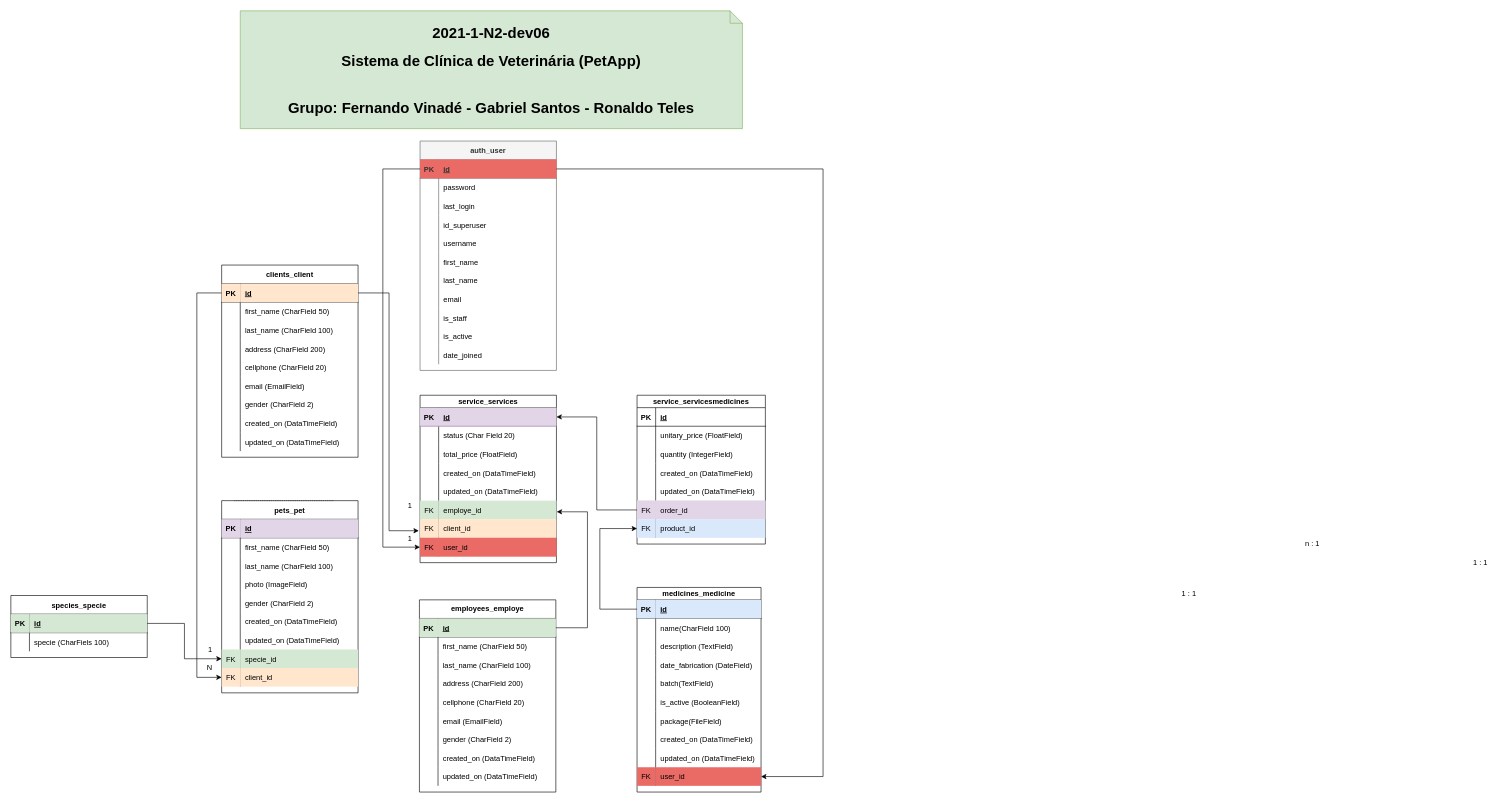
chanbito/2021-1-N2-dev06 keeps this draw.io diagram as GRUPO 06 - Sistema de Clínica de Veterinária (PetApp).drawio. Above is the earlier version. Source tidied: cells renumbered, new cells numbered last; positions are measured from the earlier drawing's top-left corner, leaving out a move shared by most shapes. Both pictures are drawn from the tidied source at 62%, with x=0, y=0 at pixel (11, 11).
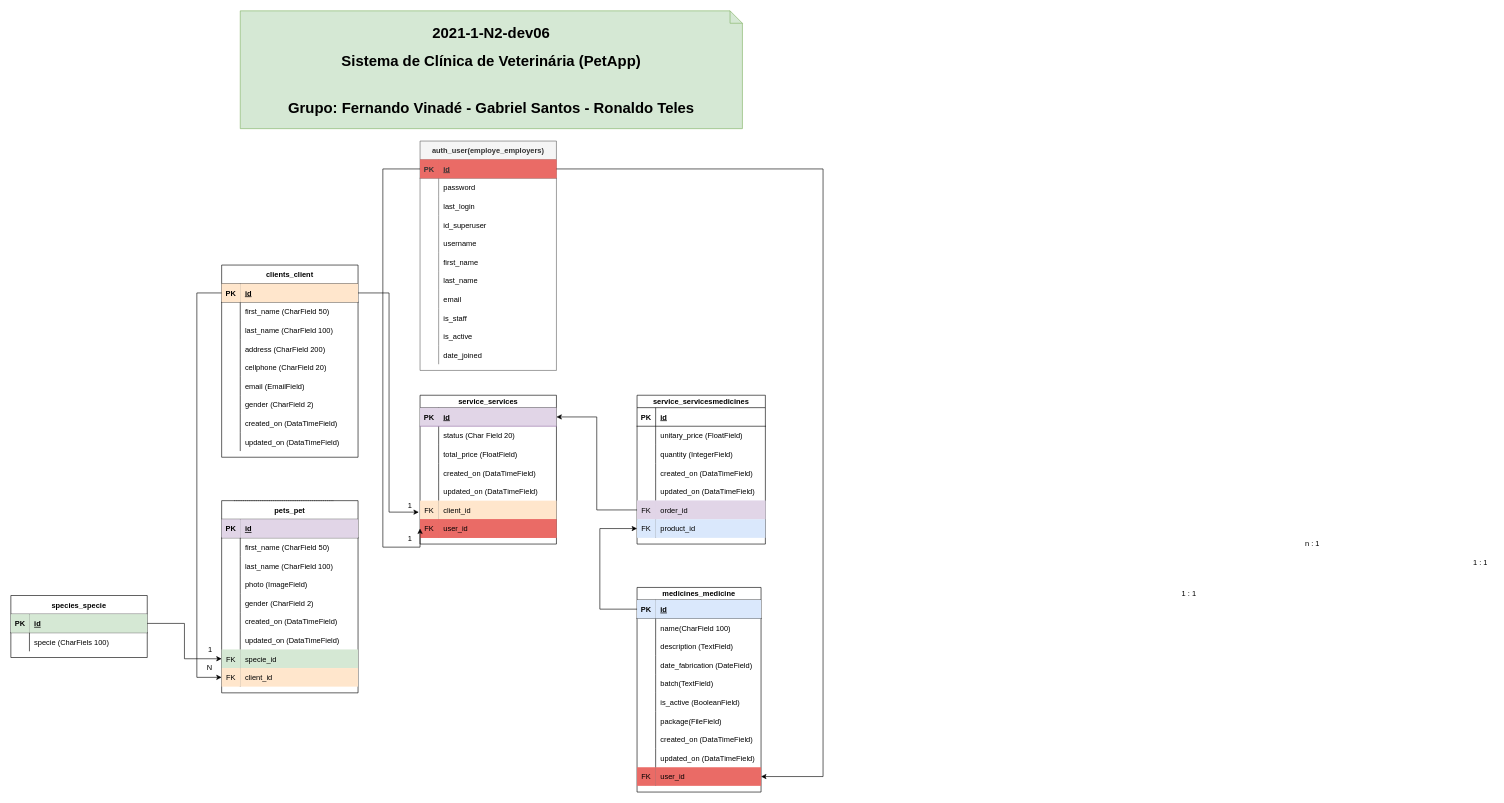
The same diagram, later.

Change to the diagram source:
```diff
@@
     <mxCell id="33" value="service_services" style="shape=table;startSize=20;childLayout=tableLayout;rowLines=0;fontStyle=1;align=center;" parent="1" vertex="1">
-      <mxGeometry x="660" y="620" width="220" height="270" as="geometry" />
+      <mxGeometry x="660" y="620" width="220" height="240" as="geometry" />
     </mxCell>
@@
-    <mxCell id="49" style="shape=partialRectangle;fillColor=none;top=0;left=0;bottom=0;right=0;points=[[0,0.5],[1,0.5]];portConstraint=eastwest;strokeColor=#82b366;align=center;verticalAlign=top;" parent="33" vertex="1">
-      <mxGeometry y="170" width="220" height="30" as="geometry" />
-    </mxCell>
-    <mxCell id="50" value="FK" style="shape=partialRectangle;fillColor=#d5e8d4;top=0;left=0;bottom=0;right=0;overflow=hidden;strokeColor=#82b366;" parent="49" vertex="1">
-      <mxGeometry width="30" height="30" as="geometry" />
-    </mxCell>
-    <mxCell id="51" value="employe_id" style="shape=partialRectangle;fillColor=#d5e8d4;top=0;left=0;bottom=0;right=0;align=left;spacingLeft=6;overflow=hidden;strokeColor=#82b366;" parent="49" vertex="1">
-      <mxGeometry x="30" width="190" height="30" as="geometry" />
-    </mxCell>
     <mxCell id="52" style="shape=partialRectangle;fillColor=none;top=0;left=0;bottom=0;right=0;points=[[0,0.5],[1,0.5]];portConstraint=eastwest;" parent="33" vertex="1">
-      <mxGeometry y="200" width="220" height="30" as="geometry" />
+      <mxGeometry y="170" width="220" height="30" as="geometry" />
     </mxCell>
@@
     <mxCell id="55" style="shape=partialRectangle;top=0;left=0;bottom=0;right=0;points=[[0,0.5],[1,0.5]];portConstraint=eastwest;fillColor=#EA6B66;" parent="33" vertex="1">
-      <mxGeometry y="230" width="220" height="30" as="geometry" />
+      <mxGeometry y="200" width="220" height="30" as="geometry" />
     </mxCell>
@@
-    <mxCell id="109" value="auth_user" style="shape=table;startSize=30;childLayout=tableLayout;rowLines=0;fontStyle=1;align=center;fillColor=#f5f5f5;strokeColor=#666666;fontColor=#333333;" parent="1" vertex="1">
+    <mxCell id="109" value="auth_user(employe_employers)" style="shape=table;startSize=30;childLayout=tableLayout;rowLines=0;fontStyle=1;align=center;fillColor=#f5f5f5;strokeColor=#666666;fontColor=#333333;" parent="1" vertex="1">
       <mxGeometry x="660" y="210" width="220" height="370" as="geometry" />
     </mxCell>
@@
-    <mxCell id="192" value="employees_employe&#10;" style="shape=table;startSize=30;childLayout=tableLayout;rowLines=0;fontStyle=1;align=center;verticalAlign=top;" parent="1" vertex="1">
-      <mxGeometry x="659" y="950" width="220" height="310" as="geometry" />
-    </mxCell>
-    <mxCell id="193" style="shape=partialRectangle;fillColor=none;top=0;left=0;bottom=1;right=0;points=[[0,0.5],[1,0.5]];portConstraint=eastwest;" parent="192" vertex="1">
-      <mxGeometry y="30" width="220" height="30" as="geometry" />
-    </mxCell>
-    <mxCell id="194" value="PK" style="shape=partialRectangle;fillColor=#d5e8d4;top=0;left=0;bottom=0;right=0;fontStyle=1;overflow=hidden;strokeColor=#82b366;" parent="193" vertex="1">
-      <mxGeometry width="30" height="30" as="geometry" />
-    </mxCell>
-    <mxCell id="195" value="id" style="shape=partialRectangle;fillColor=#d5e8d4;top=0;left=0;bottom=0;right=0;align=left;spacingLeft=6;fontStyle=5;overflow=hidden;strokeColor=#82b366;" parent="193" vertex="1">
-      <mxGeometry x="30" width="190" height="30" as="geometry" />
-    </mxCell>
-    <mxCell id="196" style="shape=partialRectangle;fillColor=none;top=0;left=0;bottom=0;right=0;" parent="192" vertex="1">
-      <mxGeometry y="60" width="220" height="30" as="geometry" />
-    </mxCell>
-    <mxCell id="197" style="shape=partialRectangle;fillColor=none;top=0;left=0;bottom=0;right=0;overflow=hidden;" parent="196" vertex="1">
-      <mxGeometry width="30" height="30" as="geometry" />
-    </mxCell>
-    <mxCell id="198" value="first_name (CharField 50)" style="shape=partialRectangle;fillColor=none;top=0;left=0;bottom=0;right=0;align=left;spacingLeft=6;overflow=hidden;" parent="196" vertex="1">
-      <mxGeometry x="30" width="190" height="30" as="geometry" />
-    </mxCell>
-    <mxCell id="199" style="shape=partialRectangle;fillColor=none;top=0;left=0;bottom=0;right=0;" parent="192" vertex="1">
-      <mxGeometry y="90" width="220" height="30" as="geometry" />
-    </mxCell>
-    <mxCell id="200" style="shape=partialRectangle;fillColor=none;top=0;left=0;bottom=0;right=0;overflow=hidden;" parent="199" vertex="1">
-      <mxGeometry width="30" height="30" as="geometry" />
-    </mxCell>
-    <mxCell id="201" value="last_name (CharField 100)" style="shape=partialRectangle;fillColor=none;top=0;left=0;bottom=0;right=0;align=left;spacingLeft=6;overflow=hidden;" parent="199" vertex="1">
-      <mxGeometry x="30" width="190" height="30" as="geometry" />
-    </mxCell>
-    <mxCell id="202" style="shape=partialRectangle;fillColor=none;top=0;left=0;bottom=0;right=0;" parent="192" vertex="1">
-      <mxGeometry y="120" width="220" height="30" as="geometry" />
-    </mxCell>
-    <mxCell id="203" style="shape=partialRectangle;fillColor=none;top=0;left=0;bottom=0;right=0;overflow=hidden;" parent="202" vertex="1">
-      <mxGeometry width="30" height="30" as="geometry" />
-    </mxCell>
-    <mxCell id="204" value="address (CharField 200)" style="shape=partialRectangle;fillColor=none;top=0;left=0;bottom=0;right=0;align=left;spacingLeft=6;overflow=hidden;" parent="202" vertex="1">
-      <mxGeometry x="30" width="190" height="30" as="geometry" />
-    </mxCell>
-    <mxCell id="205" style="shape=partialRectangle;fillColor=none;top=0;left=0;bottom=0;right=0;" parent="192" vertex="1">
-      <mxGeometry y="150" width="220" height="30" as="geometry" />
-    </mxCell>
-    <mxCell id="206" style="shape=partialRectangle;fillColor=none;top=0;left=0;bottom=0;right=0;overflow=hidden;" parent="205" vertex="1">
-      <mxGeometry width="30" height="30" as="geometry" />
-    </mxCell>
-    <mxCell id="207" value="cellphone (CharField 20)" style="shape=partialRectangle;fillColor=none;top=0;left=0;bottom=0;right=0;align=left;spacingLeft=6;overflow=hidden;" parent="205" vertex="1">
-      <mxGeometry x="30" width="190" height="30" as="geometry" />
-    </mxCell>
-    <mxCell id="208" style="shape=partialRectangle;fillColor=none;top=0;left=0;bottom=0;right=0;" parent="192" vertex="1">
-      <mxGeometry y="180" width="220" height="30" as="geometry" />
-    </mxCell>
-    <mxCell id="209" style="shape=partialRectangle;fillColor=none;top=0;left=0;bottom=0;right=0;overflow=hidden;" parent="208" vertex="1">
-      <mxGeometry width="30" height="30" as="geometry" />
-    </mxCell>
-    <mxCell id="210" value="email (EmailField)" style="shape=partialRectangle;fillColor=none;top=0;left=0;bottom=0;right=0;align=left;spacingLeft=6;overflow=hidden;" parent="208" vertex="1">
-      <mxGeometry x="30" width="190" height="30" as="geometry" />
-    </mxCell>
-    <mxCell id="211" style="shape=partialRectangle;fillColor=none;top=0;left=0;bottom=0;right=0;" parent="192" vertex="1">
-      <mxGeometry y="210" width="220" height="30" as="geometry" />
-    </mxCell>
-    <mxCell id="212" style="shape=partialRectangle;fillColor=none;top=0;left=0;bottom=0;right=0;overflow=hidden;" parent="211" vertex="1">
-      <mxGeometry width="30" height="30" as="geometry" />
-    </mxCell>
-    <mxCell id="213" value="gender (CharField 2)" style="shape=partialRectangle;fillColor=none;top=0;left=0;bottom=0;right=0;align=left;spacingLeft=6;overflow=hidden;" parent="211" vertex="1">
-      <mxGeometry x="30" width="190" height="30" as="geometry" />
-    </mxCell>
-    <mxCell id="214" style="shape=partialRectangle;fillColor=none;top=0;left=0;bottom=0;right=0;" parent="192" vertex="1">
-      <mxGeometry y="240" width="220" height="30" as="geometry" />
-    </mxCell>
-    <mxCell id="215" style="shape=partialRectangle;fillColor=none;top=0;left=0;bottom=0;right=0;overflow=hidden;" parent="214" vertex="1">
-      <mxGeometry width="30" height="30" as="geometry" />
-    </mxCell>
-    <mxCell id="216" value="created_on (DataTimeField)" style="shape=partialRectangle;fillColor=none;top=0;left=0;bottom=0;right=0;align=left;spacingLeft=6;overflow=hidden;" parent="214" vertex="1">
-      <mxGeometry x="30" width="190" height="30" as="geometry" />
-    </mxCell>
-    <mxCell id="217" style="shape=partialRectangle;fillColor=none;top=0;left=0;bottom=0;right=0;" parent="192" vertex="1">
-      <mxGeometry y="270" width="220" height="30" as="geometry" />
-    </mxCell>
-    <mxCell id="218" style="shape=partialRectangle;fillColor=none;top=0;left=0;bottom=0;right=0;overflow=hidden;" parent="217" vertex="1">
-      <mxGeometry width="30" height="30" as="geometry" />
-    </mxCell>
-    <mxCell id="219" value="updated_on (DataTimeField)" style="shape=partialRectangle;fillColor=none;top=0;left=0;bottom=0;right=0;align=left;spacingLeft=6;overflow=hidden;" parent="217" vertex="1">
-      <mxGeometry x="30" width="190" height="30" as="geometry" />
-    </mxCell>
-    <mxCell id="220" style="edgeStyle=orthogonalEdgeStyle;rounded=0;jettySize=auto;html=1;entryX=1.002;entryY=0.6;entryDx=0;entryDy=0;entryPerimeter=0;" parent="1" edge="1" source="193" target="49">
-      <mxGeometry relative="1" as="geometry">
-        <Array as="points">
-          <mxPoint x="930" y="995" />
-          <mxPoint x="930" y="808" />
-        </Array>
-      </mxGeometry>
-    </mxCell>
```
